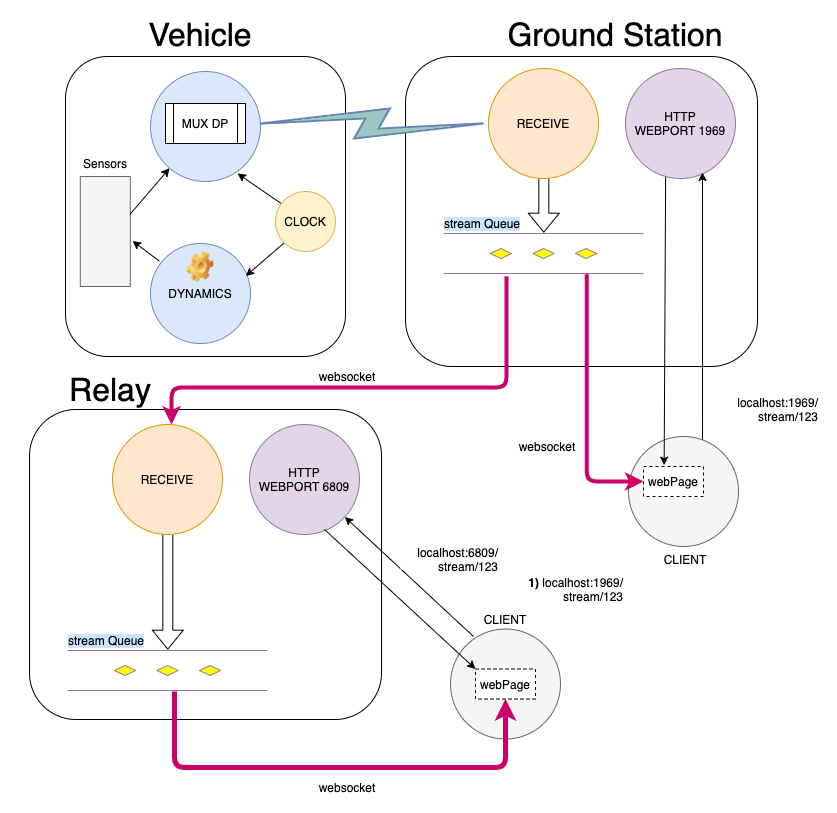
Above: daq.png in crmathieu/daq (draw.io), before the change. Source tidied: cells renumbered, new cells last; positions are measured from the earlier drawing's top-left corner, leaving out a move shared by most shapes.
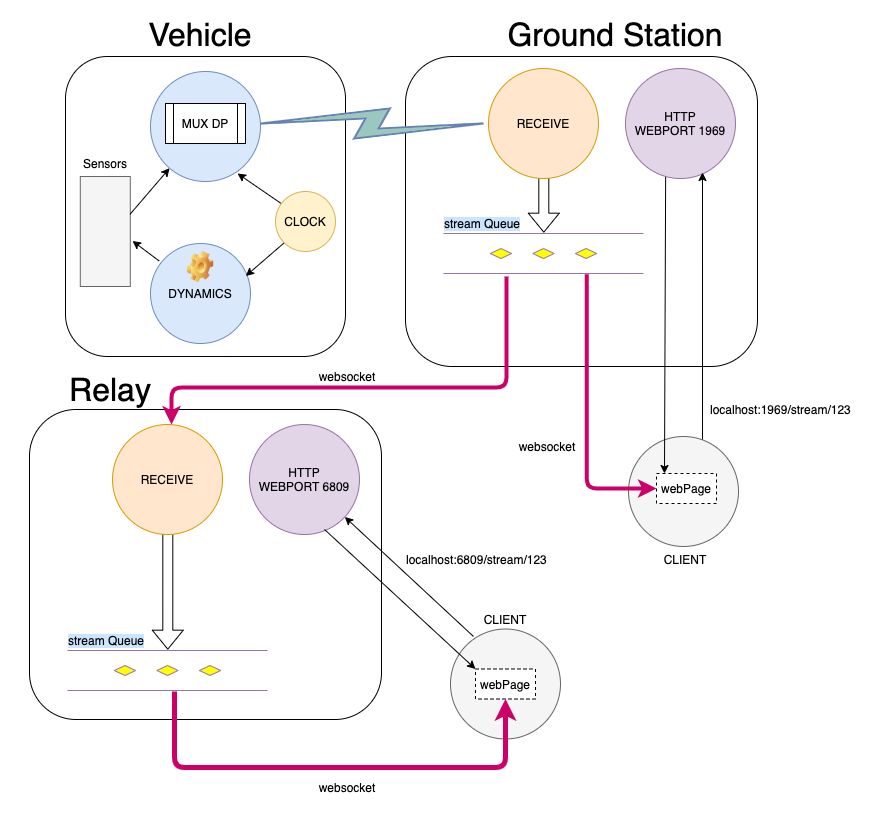
Later version of the same file.

What changed in the source:
```diff
@@ -71,19 +71,19 @@
         <mxPoint x="687" y="160" as="targetPoint" />
       </mxGeometry>
     </mxCell>
-    <mxCell id="24" value="localhost:1969/&lt;br&gt;stream/123" style="text;html=1;strokeColor=none;fillColor=#ffffff;align=right;verticalAlign=middle;whiteSpace=wrap;rounded=0;labelBackgroundColor=none;" parent="1" vertex="1">
-      <mxGeometry x="705" y="387" width="100" height="20" as="geometry" />
+    <mxCell id="24" value="localhost:1969/stream/123" style="text;html=1;strokeColor=none;fillColor=none;align=left;verticalAlign=middle;whiteSpace=wrap;rounded=0;labelBackgroundColor=none;" parent="1" vertex="1">
+      <mxGeometry x="693" y="387" width="163" height="20" as="geometry" />
     </mxCell>
     <mxCell id="25" style="ellipse;whiteSpace=wrap;html=1;fillColor=#f5f5f5;strokeColor=#666666;fontColor=#333333;" parent="1" vertex="1">
       <mxGeometry x="613" y="424" width="110" height="110" as="geometry" />
     </mxCell>
-    <mxCell id="26" style="endArrow=classic;html=1;exitX=0.374;exitY=0.977;exitDx=0;exitDy=0;exitPerimeter=0;entryX=0.344;entryY=-0.044;entryDx=0;entryDy=0;entryPerimeter=0;" parent="1" edge="1" target="27">
+    <mxCell id="26" style="endArrow=classic;html=1;exitX=0.374;exitY=0.977;exitDx=0;exitDy=0;exitPerimeter=0;entryX=0.133;entryY=0;entryDx=0;entryDy=0;entryPerimeter=0;" parent="1" edge="1" target="27">
       <mxGeometry relative="1" as="geometry">
         <mxPoint x="650.1" y="164.5" as="sourcePoint" />
       </mxGeometry>
     </mxCell>
     <mxCell id="27" value="webPage" style="rounded=0;whiteSpace=wrap;html=1;labelBackgroundColor=none;fillColor=#ffffff;dashed=1;" parent="1" vertex="1">
-      <mxGeometry x="628" y="454" width="60" height="30" as="geometry" />
+      <mxGeometry x="641" y="461" width="60" height="30" as="geometry" />
     </mxCell>
     <mxCell id="28" value="CLIENT" style="text;html=1;strokeColor=none;fillColor=none;align=center;verticalAlign=middle;whiteSpace=wrap;rounded=0;labelBackgroundColor=none;" parent="1" vertex="1">
       <mxGeometry x="650" y="537" width="40" height="20" as="geometry" />
@@ -120,9 +120,6 @@
         </Array>
       </mxGeometry>
     </mxCell>
-    <mxCell id="38" value="&lt;b&gt;1)&lt;/b&gt; localhost:1969/&lt;br&gt;stream/123" style="text;html=1;strokeColor=none;fillColor=#ffffff;align=right;verticalAlign=middle;whiteSpace=wrap;rounded=0;labelBackgroundColor=none;" parent="1" vertex="1">
-      <mxGeometry x="510" y="566.5" width="100" height="20" as="geometry" />
-    </mxCell>
     <mxCell id="39" style="ellipse;whiteSpace=wrap;html=1;fillColor=#f5f5f5;strokeColor=#666666;fontColor=#333333;" parent="1" vertex="1">
       <mxGeometry x="435" y="616.5" width="110" height="110" as="geometry" />
     </mxCell>
@@ -155,8 +152,8 @@
     <mxCell id="47" value="&lt;font style=&quot;font-size: 32px&quot;&gt;Relay&lt;/font&gt;" style="text;html=1;strokeColor=none;fillColor=none;align=center;verticalAlign=middle;whiteSpace=wrap;rounded=0;" parent="1" vertex="1">
       <mxGeometry x="-0.2" y="367" width="190" height="20" as="geometry" />
     </mxCell>
-    <mxCell id="48" value="localhost:6809/&lt;br&gt;stream/123" style="text;html=1;strokeColor=none;fillColor=#ffffff;align=right;verticalAlign=middle;whiteSpace=wrap;rounded=0;labelBackgroundColor=none;" parent="1" vertex="1">
-      <mxGeometry x="385" y="537" width="100" height="20" as="geometry" />
+    <mxCell id="48" value="localhost:6809/stream/123" style="text;html=1;strokeColor=none;fillColor=#ffffff;align=left;verticalAlign=middle;whiteSpace=wrap;rounded=0;labelBackgroundColor=none;" parent="1" vertex="1">
+      <mxGeometry x="389" y="537" width="150" height="20" as="geometry" />
     </mxCell>
   </root>
 </mxGraphModel>
```
